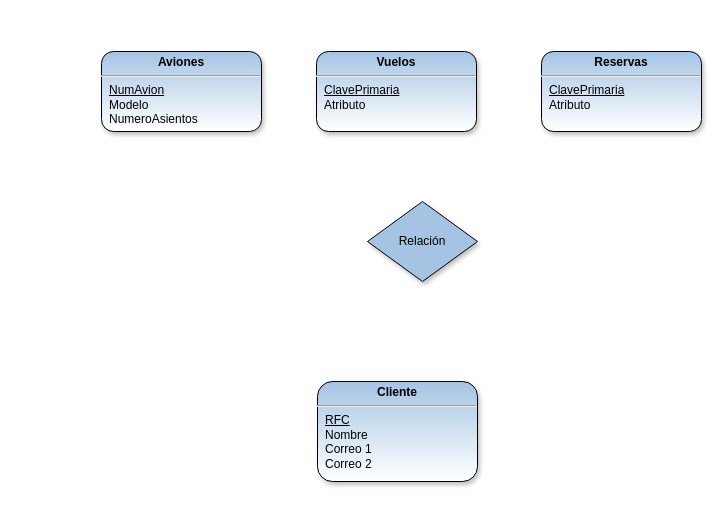
Before: AerolineaBD.drawio in charlyglez2035/charlyglez2035, a draw.io diagram. Source tidied: cells renumbered, new cells numbered last; positions are measured from the earlier drawing's top-left corner, leaving out a move shared by most shapes. Both pictures are drawn from the tidied source at 100%, with x=0, y=0 at pixel (101, 51).
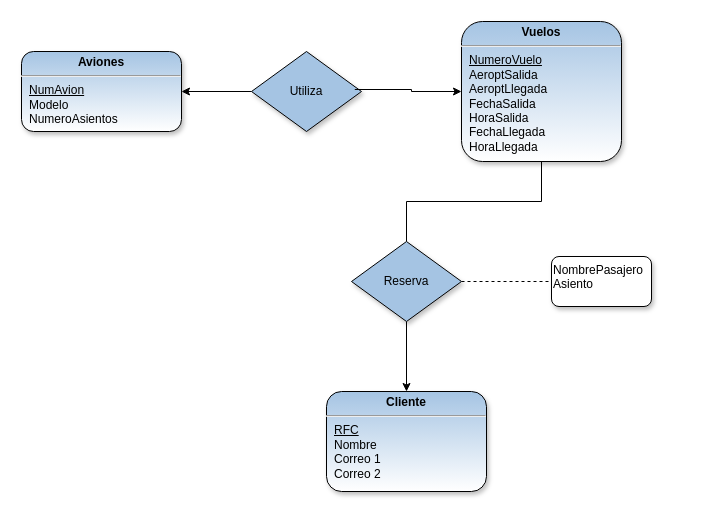
The same diagram, later.

The edit, as a diff of the source:
```diff
@@
 <mxGraphModel>
   <root>
     <mxCell id="0" />
     <mxCell id="1" parent="0" />
     <mxCell id="2" value="&lt;p style=&quot;text-align: center ; margin: 4px 0px 0px&quot;&gt;&lt;b&gt;Aviones&lt;/b&gt;&lt;/p&gt;&lt;hr&gt;&lt;p style=&quot;margin: 0px ; margin-left: 8px&quot;&gt;&lt;u&gt;NumAvion&lt;/u&gt;&lt;/p&gt;&lt;p style=&quot;margin: 0px ; margin-left: 8px&quot;&gt;Modelo&lt;/p&gt;&lt;p style=&quot;margin: 0px ; margin-left: 8px&quot;&gt;NumeroAsientos&lt;/p&gt;" style="verticalAlign=top;align=left;overflow=fill;fontSize=12;fontFamily=Helvetica;html=1;gradientDirection=south;rounded=1;shadow=1;sketch=0;glass=0;strokeColor=#000000;fillColor=#a5c4e3;gradientColor=#ffffff;" parent="1" vertex="1">
-      <mxGeometry width="160" height="80" as="geometry" />
+      <mxGeometry x="-80" width="160" height="80" as="geometry" />
     </mxCell>
-    <mxCell id="3" value="&lt;p style=&quot;text-align: center ; margin: 4px 0px 0px&quot;&gt;&lt;b&gt;Vuelos&lt;/b&gt;&lt;/p&gt;&lt;hr&gt;&lt;p style=&quot;margin: 0px ; margin-left: 8px&quot;&gt;&lt;u&gt;ClavePrimaria&lt;/u&gt;&lt;br&gt;&lt;/p&gt;&lt;p style=&quot;margin: 0px ; margin-left: 8px&quot;&gt;Atributo&lt;/p&gt;" style="verticalAlign=top;align=left;overflow=fill;fontSize=12;fontFamily=Helvetica;html=1;gradientDirection=south;rounded=1;shadow=1;sketch=0;glass=0;strokeColor=#000000;fillColor=#a5c4e3;gradientColor=#ffffff;" parent="1" vertex="1">
-      <mxGeometry x="215" width="160" height="80" as="geometry" />
+    <mxCell id="3" value="&lt;p style=&quot;text-align: center ; margin: 4px 0px 0px&quot;&gt;&lt;b&gt;Vuelos&lt;/b&gt;&lt;/p&gt;&lt;hr&gt;&lt;p style=&quot;margin: 0px ; margin-left: 8px&quot;&gt;&lt;u&gt;NumeroVuelo&lt;/u&gt;&lt;/p&gt;&lt;p style=&quot;margin: 0px ; margin-left: 8px&quot;&gt;AeroptSalida&lt;/p&gt;&lt;p style=&quot;margin: 0px ; margin-left: 8px&quot;&gt;AeroptLlegada&lt;/p&gt;&lt;p style=&quot;margin: 0px ; margin-left: 8px&quot;&gt;FechaSalida&lt;/p&gt;&lt;p style=&quot;margin: 0px ; margin-left: 8px&quot;&gt;HoraSalida&lt;/p&gt;&lt;p style=&quot;margin: 0px ; margin-left: 8px&quot;&gt;FechaLlegada&lt;/p&gt;&lt;p style=&quot;margin: 0px ; margin-left: 8px&quot;&gt;HoraLlegada&lt;/p&gt;" style="verticalAlign=top;align=left;overflow=fill;fontSize=12;fontFamily=Helvetica;html=1;gradientDirection=south;rounded=1;shadow=1;sketch=0;glass=0;strokeColor=#000000;fillColor=#a5c4e3;gradientColor=#ffffff;" parent="1" vertex="1">
+      <mxGeometry x="360" y="-30" width="160" height="140" as="geometry" />
     </mxCell>
-    <mxCell id="4" value="&lt;p style=&quot;text-align: center ; margin: 4px 0px 0px&quot;&gt;&lt;b&gt;Reservas&lt;/b&gt;&lt;/p&gt;&lt;hr&gt;&lt;p style=&quot;margin: 0px ; margin-left: 8px&quot;&gt;&lt;u&gt;ClavePrimaria&lt;/u&gt;&lt;br&gt;&lt;/p&gt;&lt;p style=&quot;margin: 0px ; margin-left: 8px&quot;&gt;Atributo&lt;/p&gt;" style="verticalAlign=top;align=left;overflow=fill;fontSize=12;fontFamily=Helvetica;html=1;gradientDirection=south;rounded=1;shadow=1;sketch=0;glass=0;strokeColor=#000000;fillColor=#a5c4e3;gradientColor=#ffffff;" parent="1" vertex="1">
-      <mxGeometry x="440" width="160" height="80" as="geometry" />
-    </mxCell>
+    <mxCell id="7" style="edgeStyle=orthogonalEdgeStyle;rounded=0;jettySize=auto;html=1;entryX=0.5;entryY=1;entryDx=0;entryDy=0;endArrow=none;endFill=0;startArrow=classic;startFill=1;" parent="1" edge="1" source="5" target="6">
+      <mxGeometry relative="1" as="geometry" />
+    </mxCell>
     <mxCell id="5" value="&lt;p style=&quot;text-align: center ; margin: 4px 0px 0px&quot;&gt;&lt;b&gt;Cliente&lt;/b&gt;&lt;/p&gt;&lt;hr&gt;&lt;p style=&quot;margin: 0px ; margin-left: 8px&quot;&gt;&lt;u&gt;RFC&lt;/u&gt;&lt;/p&gt;&lt;p style=&quot;margin: 0px ; margin-left: 8px&quot;&gt;Nombre&lt;/p&gt;&lt;p style=&quot;margin: 0px ; margin-left: 8px&quot;&gt;Correo 1&lt;/p&gt;&lt;p style=&quot;margin: 0px ; margin-left: 8px&quot;&gt;Correo 2&lt;/p&gt;" style="verticalAlign=top;align=left;overflow=fill;fontSize=12;fontFamily=Helvetica;html=1;gradientDirection=south;rounded=1;shadow=1;sketch=0;glass=0;strokeColor=#000000;fillColor=#a5c4e3;gradientColor=#ffffff;" parent="1" vertex="1">
-      <mxGeometry x="216" y="330" width="160" height="100" as="geometry" />
+      <mxGeometry x="225" y="340" width="160" height="100" as="geometry" />
     </mxCell>
+    <mxCell id="8" style="edgeStyle=orthogonalEdgeStyle;rounded=0;jettySize=auto;html=1;endArrow=none;endFill=0;" parent="1" edge="1" source="6" target="3">
+      <mxGeometry relative="1" as="geometry" />
+    </mxCell>
+    <mxCell id="9" style="edgeStyle=orthogonalEdgeStyle;rounded=0;jettySize=auto;html=1;endArrow=none;endFill=0;dashed=1;" parent="1" edge="1" source="6">
+      <mxGeometry relative="1" as="geometry">
+        <mxPoint x="450" y="230" as="targetPoint" />
+      </mxGeometry>
+    </mxCell>
-    <mxCell id="6" value="Relación" style="shape=rhombus;perimeter=rhombusPerimeter;whiteSpace=wrap;html=1;align=center;rounded=0;shadow=1;glass=0;sketch=0;strokeColor=#000000;fillColor=#a5c4e3;" parent="1" vertex="1">
-      <mxGeometry x="266" y="150" width="110" height="80" as="geometry" />
+    <mxCell id="6" value="Reserva" style="shape=rhombus;perimeter=rhombusPerimeter;whiteSpace=wrap;html=1;align=center;rounded=0;shadow=1;glass=0;sketch=0;strokeColor=#000000;fillColor=#a5c4e3;" parent="1" vertex="1">
+      <mxGeometry x="250" y="190" width="110" height="80" as="geometry" />
     </mxCell>
+    <mxCell id="10" style="edgeStyle=orthogonalEdgeStyle;rounded=0;jettySize=auto;html=1;entryX=1;entryY=0.5;entryDx=0;entryDy=0;" parent="1" edge="1" source="11" target="2">
+      <mxGeometry relative="1" as="geometry" />
+    </mxCell>
+    <mxCell id="11" value="Utiliza" style="shape=rhombus;perimeter=rhombusPerimeter;whiteSpace=wrap;html=1;align=center;rounded=0;shadow=1;glass=0;sketch=0;strokeColor=#000000;fillColor=#a5c4e3;" parent="1" vertex="1">
+      <mxGeometry x="150" width="110" height="80" as="geometry" />
+    </mxCell>
+    <mxCell id="12" style="edgeStyle=orthogonalEdgeStyle;rounded=0;jettySize=auto;html=1;entryX=0.939;entryY=0.475;entryDx=0;entryDy=0;entryPerimeter=0;endArrow=none;endFill=0;startArrow=classic;startFill=1;" parent="1" edge="1" source="3" target="11">
+      <mxGeometry relative="1" as="geometry" />
+    </mxCell>
+    <mxCell id="13" value="NombrePasajero&lt;br&gt;Asiento" style="rounded=1;whiteSpace=wrap;html=1;shadow=1;sketch=0;fillColor=#ffffff;gradientColor=#ffffff;align=left;verticalAlign=top;" parent="1" vertex="1">
+      <mxGeometry x="450" y="205" width="100" height="50" as="geometry" />
+    </mxCell>
   </root>
 </mxGraphModel>
```
